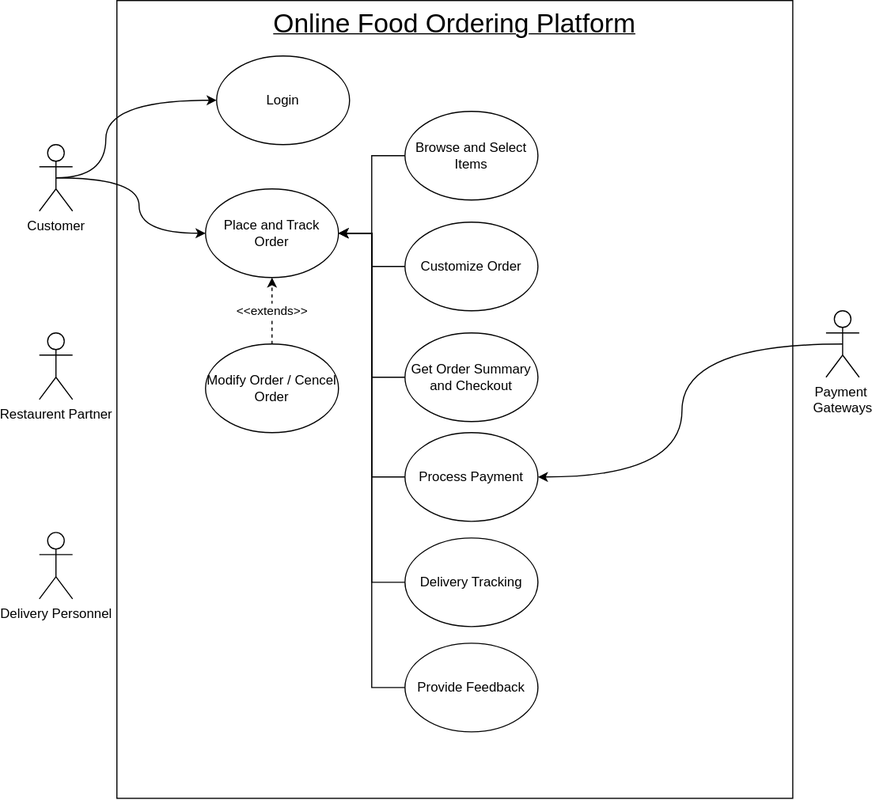
Earlier version of the draw.io export SE.svg (Night-Legion/Food_Delivery). Source tidied: cells renumbered, new cells last; positions are measured from the earlier drawing's top-left corner, leaving out a move shared by most shapes.
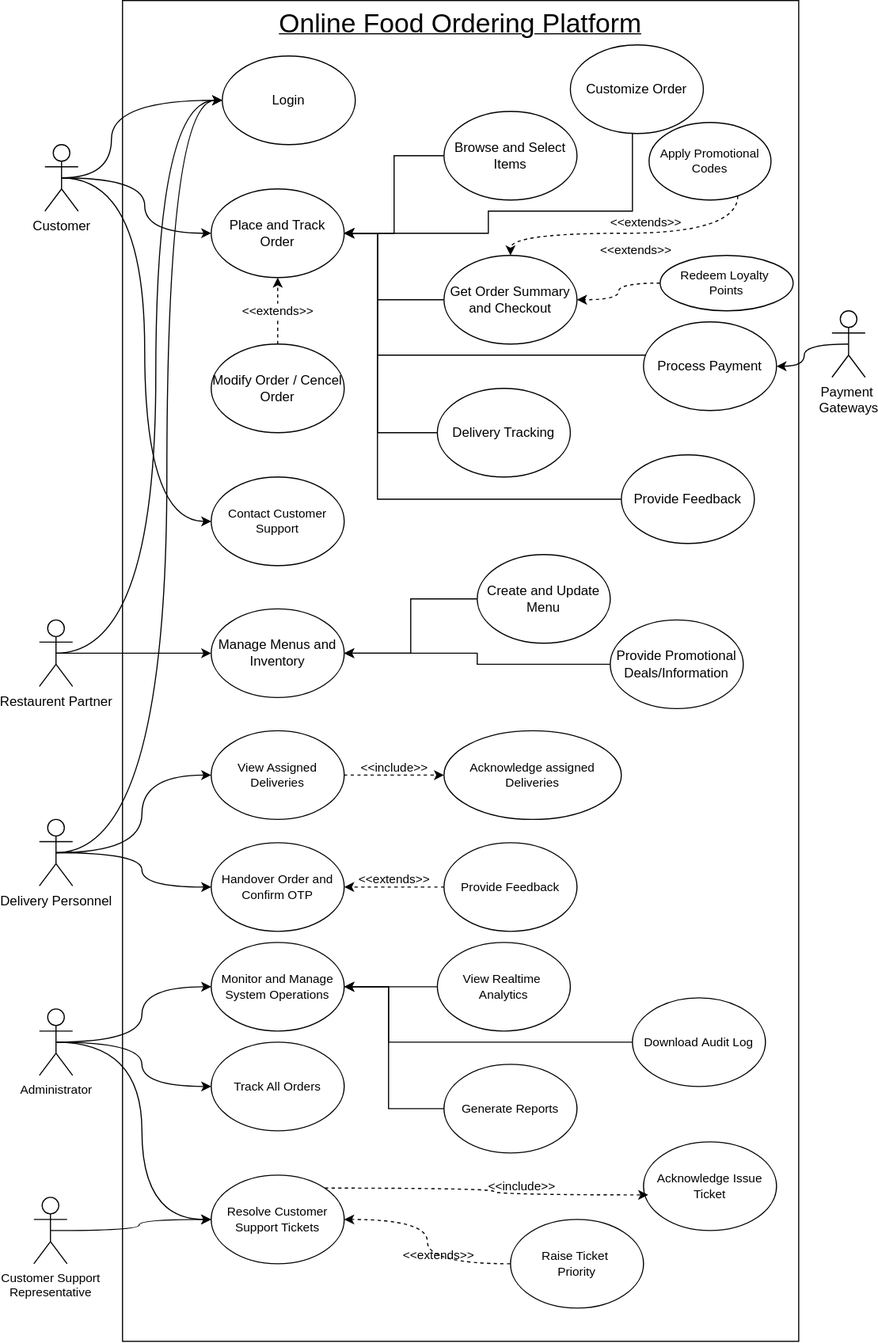
The same file after the commit.

Commit message:
Update Use Case Diagram

The edit, as a diff of the source:
```diff
@@ -5,3 +5,3 @@
     <mxCell id="2" value="&lt;span style=&quot;font-size: 24px;&quot;&gt;Online Food Ordering Platform&lt;/span&gt;" style="rounded=0;whiteSpace=wrap;html=1;labelPosition=center;verticalLabelPosition=middle;align=center;verticalAlign=top;fontStyle=4;" parent="1" vertex="1">
-      <mxGeometry x="70" width="610" height="720" as="geometry" />
+      <mxGeometry x="70" width="610" height="1210" as="geometry" />
     </mxCell>
@@ -18,2 +18,5 @@
     </mxCell>
+    <mxCell id="26" style="edgeStyle=orthogonalEdgeStyle;shape=connector;curved=1;rounded=0;jettySize=auto;html=1;exitX=0.5;exitY=0.5;exitDx=0;exitDy=0;exitPerimeter=0;entryX=0;entryY=0.5;entryDx=0;entryDy=0;strokeColor=default;align=center;verticalAlign=middle;fontFamily=Helvetica;fontSize=11;fontColor=default;labelBackgroundColor=none;endArrow=classic;" parent="1" edge="1" source="5" target="52">
+      <mxGeometry relative="1" as="geometry" />
+    </mxCell>
     <mxCell id="5" value="Customer" style="shape=umlActor;verticalLabelPosition=bottom;verticalAlign=top;html=1;outlineConnect=0;fillColor=default;rounded=0;" parent="1" vertex="1">
@@ -21,7 +24,32 @@
     </mxCell>
+    <mxCell id="27" style="edgeStyle=orthogonalEdgeStyle;rounded=0;jettySize=auto;html=1;exitX=0.5;exitY=0.5;exitDx=0;exitDy=0;exitPerimeter=0;curved=1;" parent="1" edge="1" source="6" target="32">
+      <mxGeometry relative="1" as="geometry" />
+    </mxCell>
+    <mxCell id="28" style="edgeStyle=orthogonalEdgeStyle;rounded=0;jettySize=auto;html=1;exitX=0.5;exitY=0.5;exitDx=0;exitDy=0;exitPerimeter=0;curved=1;" parent="1" edge="1" source="6" target="9">
+      <mxGeometry relative="1" as="geometry">
+        <Array as="points">
+          <mxPoint x="100" y="589" />
+          <mxPoint x="100" y="90" />
+        </Array>
+      </mxGeometry>
+    </mxCell>
     <mxCell id="6" value="Restaurent Partner" style="shape=umlActor;verticalLabelPosition=bottom;verticalAlign=top;html=1;outlineConnect=0;fillColor=default;rounded=0;" parent="1" vertex="1">
-      <mxGeometry y="300" width="30" height="60" as="geometry" />
+      <mxGeometry x="-5" y="559" width="30" height="60" as="geometry" />
     </mxCell>
+    <mxCell id="29" style="edgeStyle=orthogonalEdgeStyle;rounded=0;jettySize=auto;html=1;exitX=0.5;exitY=0.5;exitDx=0;exitDy=0;exitPerimeter=0;curved=1;" parent="1" edge="1" source="7" target="9">
+      <mxGeometry relative="1" as="geometry">
+        <Array as="points">
+          <mxPoint x="110" y="769" />
+          <mxPoint x="110" y="90" />
+        </Array>
+      </mxGeometry>
+    </mxCell>
+    <mxCell id="30" style="edgeStyle=orthogonalEdgeStyle;shape=connector;curved=1;rounded=0;jettySize=auto;html=1;exitX=0.5;exitY=0.5;exitDx=0;exitDy=0;exitPerimeter=0;strokeColor=default;align=center;verticalAlign=middle;fontFamily=Helvetica;fontSize=11;fontColor=default;labelBackgroundColor=none;endArrow=classic;" parent="1" edge="1" source="7" target="38">
+      <mxGeometry relative="1" as="geometry" />
+    </mxCell>
+    <mxCell id="31" style="edgeStyle=orthogonalEdgeStyle;shape=connector;curved=1;rounded=0;jettySize=auto;html=1;exitX=0.5;exitY=0.5;exitDx=0;exitDy=0;exitPerimeter=0;strokeColor=default;align=center;verticalAlign=middle;fontFamily=Helvetica;fontSize=11;fontColor=default;labelBackgroundColor=none;endArrow=classic;" parent="1" edge="1" source="7" target="40">
+      <mxGeometry relative="1" as="geometry" />
+    </mxCell>
     <mxCell id="7" value="D&lt;span style=&quot;background-color: transparent; color: light-dark(rgb(0, 0, 0), rgb(255, 255, 255));&quot;&gt;elivery Personnel&lt;/span&gt;" style="shape=umlActor;verticalLabelPosition=bottom;verticalAlign=top;html=1;outlineConnect=0;fillColor=default;rounded=0;" parent="1" vertex="1">
-      <mxGeometry y="480" width="30" height="60" as="geometry" />
+      <mxGeometry x="-5" y="739" width="30" height="60" as="geometry" />
     </mxCell>
@@ -43,9 +71,15 @@
     <mxCell id="13" value="Browse and Select Items" style="ellipse;whiteSpace=wrap;html=1;" parent="1" vertex="1">
-      <mxGeometry x="330" y="100" width="120" height="80" as="geometry" />
+      <mxGeometry x="360" y="100" width="120" height="80" as="geometry" />
     </mxCell>
     <mxCell id="14" style="edgeStyle=orthogonalEdgeStyle;rounded=0;jettySize=auto;html=1;curved=0;" parent="1" edge="1" source="15" target="8">
-      <mxGeometry relative="1" as="geometry" />
+      <mxGeometry relative="1" as="geometry">
+        <Array as="points">
+          <mxPoint x="530" y="190" />
+          <mxPoint x="400" y="190" />
+          <mxPoint x="400" y="210" />
+        </Array>
+      </mxGeometry>
     </mxCell>
     <mxCell id="15" value="Customize Order" style="ellipse;whiteSpace=wrap;html=1;" parent="1" vertex="1">
-      <mxGeometry x="330" y="200" width="120" height="80" as="geometry" />
+      <mxGeometry x="474" y="40" width="120" height="80" as="geometry" />
     </mxCell>
@@ -54,3 +88,3 @@
         <Array as="points">
-          <mxPoint x="300" y="340" />
+          <mxPoint x="300" y="270" />
           <mxPoint x="300" y="210" />
@@ -60,3 +94,3 @@
     <mxCell id="17" value="Get&amp;nbsp;&lt;span style=&quot;background-color: transparent; color: light-dark(rgb(0, 0, 0), rgb(255, 255, 255));&quot;&gt;Order Summary and Checkout&lt;/span&gt;" style="ellipse;whiteSpace=wrap;html=1;" parent="1" vertex="1">
-      <mxGeometry x="330" y="300" width="120" height="80" as="geometry" />
+      <mxGeometry x="360" y="230" width="120" height="80" as="geometry" />
     </mxCell>
@@ -65,3 +99,3 @@
         <Array as="points">
-          <mxPoint x="300" y="430" />
+          <mxPoint x="300" y="320" />
           <mxPoint x="300" y="210" />
@@ -71,3 +105,3 @@
     <mxCell id="19" value="Process Payment" style="ellipse;whiteSpace=wrap;html=1;" parent="1" vertex="1">
-      <mxGeometry x="330" y="390" width="120" height="80" as="geometry" />
+      <mxGeometry x="540" y="290" width="120" height="80" as="geometry" />
     </mxCell>
@@ -76,3 +110,3 @@
         <Array as="points">
-          <mxPoint x="300" y="525" />
+          <mxPoint x="300" y="390" />
           <mxPoint x="300" y="210" />
@@ -82,3 +116,3 @@
     <mxCell id="21" value="Delivery Tracking" style="ellipse;whiteSpace=wrap;html=1;" parent="1" vertex="1">
-      <mxGeometry x="330" y="485" width="120" height="80" as="geometry" />
+      <mxGeometry x="354" y="350" width="120" height="80" as="geometry" />
     </mxCell>
@@ -87,3 +121,3 @@
         <Array as="points">
-          <mxPoint x="300" y="620" />
+          <mxPoint x="300" y="450" />
           <mxPoint x="300" y="210" />
@@ -93,3 +127,3 @@
     <mxCell id="23" value="Provide Feedback" style="ellipse;whiteSpace=wrap;html=1;" parent="1" vertex="1">
-      <mxGeometry x="330" y="580" width="120" height="80" as="geometry" />
+      <mxGeometry x="520" y="410" width="120" height="80" as="geometry" />
     </mxCell>
@@ -101,2 +135,124 @@
     </mxCell>
+    <mxCell id="32" value="Manage Menus and Inventory" style="ellipse;whiteSpace=wrap;html=1;" parent="1" vertex="1">
+      <mxGeometry x="150" y="549" width="120" height="80" as="geometry" />
+    </mxCell>
+    <mxCell id="33" value="Create and Update Menu" style="ellipse;whiteSpace=wrap;html=1;" parent="1" vertex="1">
+      <mxGeometry x="390" y="500" width="120" height="80" as="geometry" />
+    </mxCell>
+    <mxCell id="34" style="edgeStyle=orthogonalEdgeStyle;rounded=0;jettySize=auto;html=1;entryX=1;entryY=0.5;entryDx=0;entryDy=0;" parent="1" edge="1" source="33" target="32">
+      <mxGeometry relative="1" as="geometry" />
+    </mxCell>
+    <mxCell id="35" style="edgeStyle=orthogonalEdgeStyle;rounded=0;jettySize=auto;html=1;entryX=1;entryY=0.5;entryDx=0;entryDy=0;" parent="1" edge="1" source="36" target="32">
+      <mxGeometry relative="1" as="geometry" />
+    </mxCell>
+    <mxCell id="36" value="Provide Promotional Deals/Information" style="ellipse;whiteSpace=wrap;html=1;" parent="1" vertex="1">
+      <mxGeometry x="510" y="559" width="120" height="80" as="geometry" />
+    </mxCell>
+    <mxCell id="37" value="&amp;lt;&amp;lt;include&amp;gt;&amp;gt;&lt;div&gt;&lt;br&gt;&lt;/div&gt;" style="edgeStyle=orthogonalEdgeStyle;shape=connector;curved=1;rounded=0;jettySize=auto;html=1;strokeColor=default;align=center;verticalAlign=middle;fontFamily=Helvetica;fontSize=11;fontColor=default;labelBackgroundColor=none;endArrow=classic;dashed=1;" parent="1" edge="1" source="38" target="39">
+      <mxGeometry relative="1" as="geometry" />
+    </mxCell>
+    <mxCell id="38" value="View Assigned Deliveries" style="ellipse;whiteSpace=wrap;html=1;fontFamily=Helvetica;fontSize=11;fontColor=default;labelBackgroundColor=none;" parent="1" vertex="1">
+      <mxGeometry x="150" y="659" width="120" height="80" as="geometry" />
+    </mxCell>
+    <mxCell id="39" value="Acknowledge assigned Deliveries" style="ellipse;whiteSpace=wrap;html=1;fontFamily=Helvetica;fontSize=11;fontColor=default;labelBackgroundColor=none;" parent="1" vertex="1">
+      <mxGeometry x="360" y="659" width="160" height="80" as="geometry" />
+    </mxCell>
+    <mxCell id="40" value="Handover Order and Confirm OTP" style="ellipse;whiteSpace=wrap;html=1;strokeColor=default;align=center;verticalAlign=middle;fontFamily=Helvetica;fontSize=11;fontColor=default;labelBackgroundColor=none;fillColor=default;" parent="1" vertex="1">
+      <mxGeometry x="150" y="760" width="120" height="80" as="geometry" />
+    </mxCell>
+    <mxCell id="41" value="&amp;lt;&amp;lt;extends&amp;gt;&amp;gt;&lt;div&gt;&lt;br&gt;&lt;/div&gt;" style="edgeStyle=orthogonalEdgeStyle;shape=connector;curved=1;rounded=0;jettySize=auto;html=1;exitX=0;exitY=0.5;exitDx=0;exitDy=0;entryX=1;entryY=0.5;entryDx=0;entryDy=0;strokeColor=default;align=center;verticalAlign=middle;fontFamily=Helvetica;fontSize=11;fontColor=default;labelBackgroundColor=none;endArrow=classic;dashed=1;" parent="1" edge="1" source="42" target="40">
+      <mxGeometry relative="1" as="geometry" />
+    </mxCell>
+    <mxCell id="42" value="Provide Feedback" style="ellipse;whiteSpace=wrap;html=1;strokeColor=default;align=center;verticalAlign=middle;fontFamily=Helvetica;fontSize=11;fontColor=default;labelBackgroundColor=none;fillColor=default;" parent="1" vertex="1">
+      <mxGeometry x="360" y="760" width="120" height="80" as="geometry" />
+    </mxCell>
+    <mxCell id="43" style="edgeStyle=orthogonalEdgeStyle;shape=connector;curved=1;rounded=0;jettySize=auto;html=1;exitX=0.5;exitY=0.5;exitDx=0;exitDy=0;exitPerimeter=0;strokeColor=default;align=center;verticalAlign=middle;fontFamily=Helvetica;fontSize=11;fontColor=default;labelBackgroundColor=none;endArrow=classic;" parent="1" edge="1" source="46" target="47">
+      <mxGeometry relative="1" as="geometry" />
+    </mxCell>
+    <mxCell id="44" style="edgeStyle=orthogonalEdgeStyle;shape=connector;curved=1;rounded=0;jettySize=auto;html=1;exitX=0.5;exitY=0.5;exitDx=0;exitDy=0;exitPerimeter=0;entryX=0;entryY=0.5;entryDx=0;entryDy=0;strokeColor=default;align=center;verticalAlign=middle;fontFamily=Helvetica;fontSize=11;fontColor=default;labelBackgroundColor=none;endArrow=classic;" parent="1" edge="1" source="46" target="53">
+      <mxGeometry relative="1" as="geometry" />
+    </mxCell>
+    <mxCell id="45" style="edgeStyle=orthogonalEdgeStyle;shape=connector;curved=1;rounded=0;jettySize=auto;html=1;exitX=0.5;exitY=0.5;exitDx=0;exitDy=0;exitPerimeter=0;strokeColor=default;align=center;verticalAlign=middle;fontFamily=Helvetica;fontSize=11;fontColor=default;labelBackgroundColor=none;endArrow=classic;" parent="1" edge="1" source="46" target="59">
+      <mxGeometry relative="1" as="geometry" />
+    </mxCell>
+    <mxCell id="46" value="Administrator" style="shape=umlActor;verticalLabelPosition=bottom;verticalAlign=top;html=1;outlineConnect=0;strokeColor=default;align=center;fontFamily=Helvetica;fontSize=11;fontColor=default;labelBackgroundColor=none;fillColor=default;" parent="1" vertex="1">
+      <mxGeometry x="-5" y="910" width="30" height="60" as="geometry" />
+    </mxCell>
+    <mxCell id="47" value="Track All Orders" style="ellipse;whiteSpace=wrap;html=1;strokeColor=default;align=center;verticalAlign=middle;fontFamily=Helvetica;fontSize=11;fontColor=default;labelBackgroundColor=none;fillColor=default;" parent="1" vertex="1">
+      <mxGeometry x="150" y="940" width="120" height="80" as="geometry" />
+    </mxCell>
+    <mxCell id="48" value="&amp;lt;&amp;lt;extends&amp;gt;&amp;gt;" style="edgeStyle=orthogonalEdgeStyle;shape=connector;curved=1;rounded=0;jettySize=auto;html=1;strokeColor=default;align=center;verticalAlign=middle;fontFamily=Helvetica;fontSize=11;fontColor=default;labelBackgroundColor=none;endArrow=classic;dashed=1;" parent="1" edge="1" source="49" target="17">
+      <mxGeometry x="-0.1" y="-10" relative="1" as="geometry">
+        <Array as="points">
+          <mxPoint x="625" y="210" />
+          <mxPoint x="420" y="210" />
+        </Array>
+      </mxGeometry>
+    </mxCell>
+    <mxCell id="49" value="Apply Promotional Codes" style="ellipse;whiteSpace=wrap;html=1;strokeColor=default;align=center;verticalAlign=middle;fontFamily=Helvetica;fontSize=11;fontColor=default;labelBackgroundColor=none;fillColor=default;" parent="1" vertex="1">
+      <mxGeometry x="545" y="110" width="110" height="70" as="geometry" />
+    </mxCell>
+    <mxCell id="50" value="&lt;span style=&quot;color: rgb(0, 0, 0); font-family: Helvetica; font-size: 11px; font-style: normal; font-variant-ligatures: normal; font-variant-caps: normal; font-weight: 400; letter-spacing: normal; orphans: 2; text-align: center; text-indent: 0px; text-transform: none; widows: 2; word-spacing: 0px; -webkit-text-stroke-width: 0px; white-space: nowrap; background-color: rgb(251, 251, 251); text-decoration-thickness: initial; text-decoration-style: initial; text-decoration-color: initial; display: inline !important; float: none;&quot;&gt;&amp;lt;&amp;lt;extends&amp;gt;&amp;gt;&lt;/span&gt;" style="edgeStyle=orthogonalEdgeStyle;shape=connector;curved=1;rounded=0;jettySize=auto;html=1;exitX=0;exitY=0.5;exitDx=0;exitDy=0;strokeColor=default;align=center;verticalAlign=middle;fontFamily=Helvetica;fontSize=11;fontColor=default;labelBackgroundColor=none;endArrow=classic;dashed=1;" parent="1" edge="1" source="51" target="17">
+      <mxGeometry x="-0.17" y="-15" relative="1" as="geometry">
+        <mxPoint x="15" y="-15" as="offset" />
+      </mxGeometry>
+    </mxCell>
+    <mxCell id="51" value="Redeem Loyalty&amp;nbsp;&lt;div&gt;Points&lt;/div&gt;" style="ellipse;whiteSpace=wrap;html=1;strokeColor=default;align=center;verticalAlign=middle;fontFamily=Helvetica;fontSize=11;fontColor=default;labelBackgroundColor=none;fillColor=default;" parent="1" vertex="1">
+      <mxGeometry x="555" y="230" width="120" height="50" as="geometry" />
+    </mxCell>
+    <mxCell id="52" value="Contact Customer Support" style="ellipse;whiteSpace=wrap;html=1;strokeColor=default;align=center;verticalAlign=middle;fontFamily=Helvetica;fontSize=11;fontColor=default;labelBackgroundColor=none;fillColor=default;" parent="1" vertex="1">
+      <mxGeometry x="150" y="430" width="120" height="80" as="geometry" />
+    </mxCell>
+    <mxCell id="53" value="Resolve Customer Support Tickets" style="ellipse;whiteSpace=wrap;html=1;strokeColor=default;align=center;verticalAlign=middle;fontFamily=Helvetica;fontSize=11;fontColor=default;labelBackgroundColor=none;fillColor=default;" parent="1" vertex="1">
+      <mxGeometry x="150" y="1060" width="120" height="80" as="geometry" />
+    </mxCell>
+    <mxCell id="54" style="edgeStyle=orthogonalEdgeStyle;shape=connector;curved=1;rounded=0;jettySize=auto;html=1;exitX=0.5;exitY=0.5;exitDx=0;exitDy=0;exitPerimeter=0;entryX=0;entryY=0.5;entryDx=0;entryDy=0;strokeColor=default;align=center;verticalAlign=middle;fontFamily=Helvetica;fontSize=11;fontColor=default;labelBackgroundColor=none;endArrow=classic;" parent="1" edge="1" source="55" target="53">
+      <mxGeometry relative="1" as="geometry" />
+    </mxCell>
+    <mxCell id="55" value="Customer Support&lt;div&gt;Representative&lt;/div&gt;" style="shape=umlActor;verticalLabelPosition=bottom;verticalAlign=top;html=1;outlineConnect=0;strokeColor=default;align=center;fontFamily=Helvetica;fontSize=11;fontColor=default;labelBackgroundColor=none;fillColor=default;" parent="1" vertex="1">
+      <mxGeometry x="-10" y="1080" width="30" height="60" as="geometry" />
+    </mxCell>
+    <mxCell id="56" value="Acknowledge Issue Ticket" style="ellipse;whiteSpace=wrap;html=1;strokeColor=default;align=center;verticalAlign=middle;fontFamily=Helvetica;fontSize=11;fontColor=default;labelBackgroundColor=none;fillColor=default;" parent="1" vertex="1">
+      <mxGeometry x="540" y="1030" width="120" height="80" as="geometry" />
+    </mxCell>
+    <mxCell id="57" value="&amp;lt;&amp;lt;extends&amp;gt;&amp;gt;" style="edgeStyle=orthogonalEdgeStyle;shape=connector;curved=1;rounded=0;jettySize=auto;html=1;exitX=0;exitY=0.5;exitDx=0;exitDy=0;strokeColor=default;align=center;verticalAlign=middle;fontFamily=Helvetica;fontSize=11;fontColor=default;labelBackgroundColor=none;endArrow=classic;dashed=1;" parent="1" edge="1" source="58" target="53">
+      <mxGeometry x="-0.13" y="-10" relative="1" as="geometry" />
+    </mxCell>
+    <mxCell id="58" value="Raise Ticket&amp;nbsp;&lt;div&gt;Priority&lt;/div&gt;" style="ellipse;whiteSpace=wrap;html=1;strokeColor=default;align=center;verticalAlign=middle;fontFamily=Helvetica;fontSize=11;fontColor=default;labelBackgroundColor=none;fillColor=default;" parent="1" vertex="1">
+      <mxGeometry x="420" y="1100" width="120" height="80" as="geometry" />
+    </mxCell>
+    <mxCell id="59" value="Monitor and Manage System Operations" style="ellipse;whiteSpace=wrap;html=1;strokeColor=default;align=center;verticalAlign=middle;fontFamily=Helvetica;fontSize=11;fontColor=default;labelBackgroundColor=none;fillColor=default;" parent="1" vertex="1">
+      <mxGeometry x="150" y="850" width="120" height="80" as="geometry" />
+    </mxCell>
+    <mxCell id="60" value="&amp;lt;&amp;lt;include&amp;gt;&amp;gt;" style="edgeStyle=orthogonalEdgeStyle;shape=connector;curved=1;rounded=0;jettySize=auto;html=1;entryX=0.035;entryY=0.598;entryDx=0;entryDy=0;entryPerimeter=0;strokeColor=default;align=center;verticalAlign=middle;fontFamily=Helvetica;fontSize=11;fontColor=default;labelBackgroundColor=none;endArrow=classic;exitX=1;exitY=0;exitDx=0;exitDy=0;dashed=1;" parent="1" edge="1" source="53" target="56">
+      <mxGeometry x="0.23" y="8" relative="1" as="geometry" />
+    </mxCell>
+    <mxCell id="61" style="edgeStyle=orthogonalEdgeStyle;shape=connector;curved=0;rounded=0;jettySize=auto;html=1;entryX=1;entryY=0.5;entryDx=0;entryDy=0;strokeColor=default;align=center;verticalAlign=middle;fontFamily=Helvetica;fontSize=11;fontColor=default;labelBackgroundColor=none;endArrow=classic;" parent="1" edge="1" source="62" target="59">
+      <mxGeometry relative="1" as="geometry" />
+    </mxCell>
+    <mxCell id="62" value="View Realtime&amp;nbsp;&lt;div&gt;Analytics&lt;/div&gt;" style="ellipse;whiteSpace=wrap;html=1;strokeColor=default;align=center;verticalAlign=middle;fontFamily=Helvetica;fontSize=11;fontColor=default;labelBackgroundColor=none;fillColor=default;" parent="1" vertex="1">
+      <mxGeometry x="354" y="850" width="120" height="80" as="geometry" />
+    </mxCell>
+    <mxCell id="63" style="edgeStyle=orthogonalEdgeStyle;shape=connector;curved=0;rounded=0;jettySize=auto;html=1;entryX=1;entryY=0.5;entryDx=0;entryDy=0;strokeColor=default;align=center;verticalAlign=middle;fontFamily=Helvetica;fontSize=11;fontColor=default;labelBackgroundColor=none;endArrow=classic;" parent="1" edge="1" source="64" target="59">
+      <mxGeometry relative="1" as="geometry">
+        <Array as="points">
+          <mxPoint x="310" y="940" />
+          <mxPoint x="310" y="890" />
+        </Array>
+      </mxGeometry>
+    </mxCell>
+    <mxCell id="64" value="Download&amp;nbsp;Audit Log" style="ellipse;whiteSpace=wrap;html=1;strokeColor=default;align=center;verticalAlign=middle;fontFamily=Helvetica;fontSize=11;fontColor=default;labelBackgroundColor=none;fillColor=default;" parent="1" vertex="1">
+      <mxGeometry x="530" y="900" width="120" height="80" as="geometry" />
+    </mxCell>
+    <mxCell id="65" style="edgeStyle=orthogonalEdgeStyle;shape=connector;curved=0;rounded=0;jettySize=auto;html=1;entryX=1;entryY=0.5;entryDx=0;entryDy=0;strokeColor=default;align=center;verticalAlign=middle;fontFamily=Helvetica;fontSize=11;fontColor=default;labelBackgroundColor=none;endArrow=classic;" parent="1" edge="1" source="66" target="59">
+      <mxGeometry relative="1" as="geometry">
+        <Array as="points">
+          <mxPoint x="310" y="1000" />
+          <mxPoint x="310" y="890" />
+        </Array>
+      </mxGeometry>
+    </mxCell>
+    <mxCell id="66" value="Generate&lt;span style=&quot;background-color: transparent; color: light-dark(rgb(0, 0, 0), rgb(255, 255, 255));&quot;&gt;&amp;nbsp;Reports&lt;/span&gt;" style="ellipse;whiteSpace=wrap;html=1;strokeColor=default;align=center;verticalAlign=middle;fontFamily=Helvetica;fontSize=11;fontColor=default;labelBackgroundColor=none;fillColor=default;" parent="1" vertex="1">
+      <mxGeometry x="360" y="960" width="120" height="80" as="geometry" />
+    </mxCell>
   </root>
```
